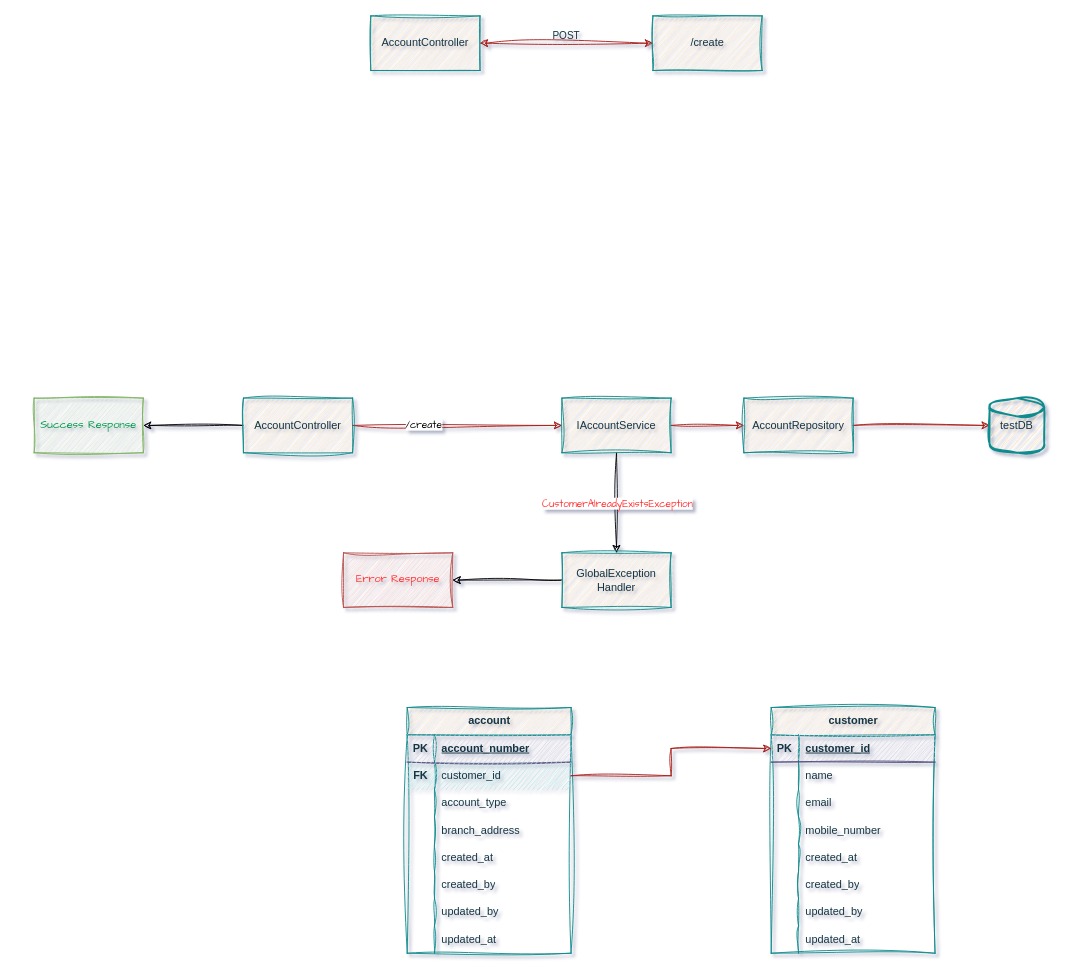
ccweerasinghe1994/MasterMicroserviceswithSpringBoot-Docker-Kubernetes keeps this draw.io diagram as docs/Untitled Diagram.drawio. Above is the earlier version. Source tidied: cells renumbered, new cells numbered last; positions are measured from the earlier drawing's top-left corner, leaving out a move shared by most shapes. Both pictures are drawn from the tidied source at 91%, with x=0, y=0 at pixel (34, 15).
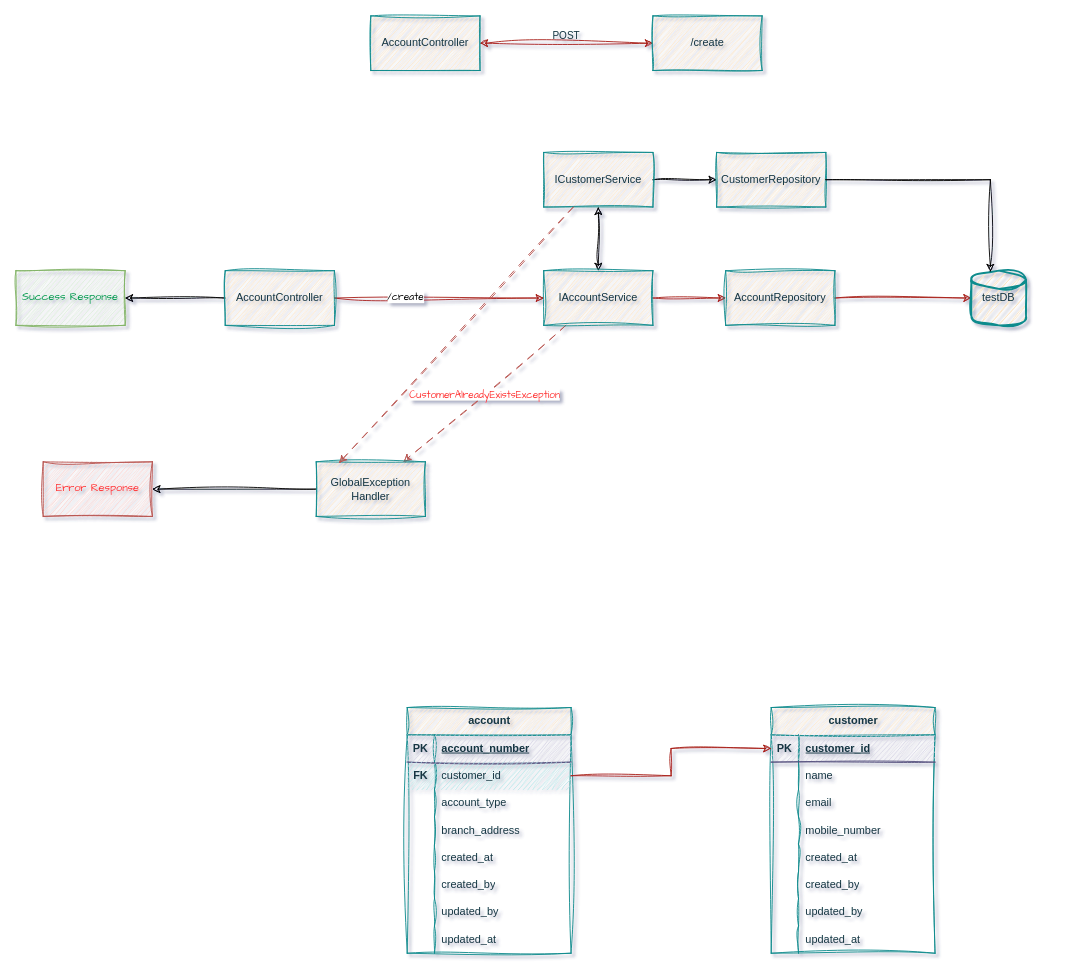
The same page after the edit.

The edit, as a diff of the source:
```diff
@@
     <mxCell id="9" value="AccountController" style="rounded=0;whiteSpace=wrap;html=1;fillColor=#FAE5C7;fontColor=#143642;strokeColor=#0F8B8D;sketch=1;curveFitting=1;jiggle=2;labelBackgroundColor=none;" parent="1" vertex="1">
-      <mxGeometry x="230" y="420" width="120" height="60" as="geometry" />
+      <mxGeometry x="210" y="280" width="120" height="60" as="geometry" />
     </mxCell>
@@
-    <mxCell id="11" style="edgeStyle=orthogonalEdgeStyle;rounded=0;sketch=1;hachureGap=4;jiggle=2;curveFitting=1;jettySize=auto;html=1;fontFamily=Architects Daughter;textShadow=1;labelBorderColor=none;fontStyle=0;" parent="1" edge="1" source="13" target="69">
+    <mxCell id="11" style="rounded=0;sketch=1;hachureGap=4;jiggle=2;curveFitting=1;jettySize=auto;html=1;fontFamily=Architects Daughter;textShadow=1;labelBorderColor=none;fontStyle=0;dashed=1;dashPattern=8 8;fillColor=#f8cecc;strokeColor=#b85450;" parent="1" edge="1" source="13" target="69">
       <mxGeometry relative="1" as="geometry" />
     </mxCell>
@@
+    <mxCell id="72" style="edgeStyle=orthogonalEdgeStyle;rounded=0;sketch=1;hachureGap=4;jiggle=2;curveFitting=1;jettySize=auto;html=1;fontFamily=Architects Daughter;startArrow=classic;startFill=1;" parent="1" edge="1" source="13" target="74">
+      <mxGeometry relative="1" as="geometry" />
+    </mxCell>
     <mxCell id="13" value="IAccountService" style="rounded=0;whiteSpace=wrap;html=1;fillColor=#FAE5C7;fontColor=#143642;strokeColor=#0F8B8D;sketch=1;curveFitting=1;jiggle=2;labelBackgroundColor=none;" parent="1" vertex="1">
-      <mxGeometry x="580" y="420" width="120" height="60" as="geometry" />
+      <mxGeometry x="560" y="280" width="120" height="60" as="geometry" />
     </mxCell>
@@
     <mxCell id="15" value="AccountRepository" style="rounded=0;whiteSpace=wrap;html=1;fillColor=#FAE5C7;fontColor=#143642;strokeColor=#0F8B8D;sketch=1;curveFitting=1;jiggle=2;labelBackgroundColor=none;" parent="1" vertex="1">
-      <mxGeometry x="780" y="420" width="120" height="60" as="geometry" />
+      <mxGeometry x="760" y="280" width="120" height="60" as="geometry" />
     </mxCell>
     <mxCell id="16" value="testDB" style="strokeWidth=2;html=1;shape=mxgraph.flowchart.database;whiteSpace=wrap;fillColor=#FAE5C7;fontColor=#143642;strokeColor=#0F8B8D;sketch=1;curveFitting=1;jiggle=2;labelBackgroundColor=none;" parent="1" vertex="1">
-      <mxGeometry x="1050" y="420" width="60" height="60" as="geometry" />
+      <mxGeometry x="1030" y="280" width="60" height="60" as="geometry" />
     </mxCell>
@@
     <mxCell id="69" value="GlobalException Handler" style="rounded=0;whiteSpace=wrap;html=1;fillColor=#FAE5C7;fontColor=#143642;strokeColor=#0F8B8D;sketch=1;curveFitting=1;jiggle=2;labelBackgroundColor=none;" parent="1" vertex="1">
-      <mxGeometry x="580" y="590" width="120" height="60" as="geometry" />
+      <mxGeometry x="310" y="490" width="120" height="60" as="geometry" />
     </mxCell>
     <mxCell id="70" value="Error Response" style="rounded=0;whiteSpace=wrap;html=1;sketch=1;hachureGap=4;jiggle=2;curveFitting=1;fontFamily=Architects Daughter;fillColor=#f8cecc;strokeColor=#b85450;fontColor=#FF3333;" parent="1" vertex="1">
-      <mxGeometry x="340" y="590" width="120" height="60" as="geometry" />
+      <mxGeometry x="10" y="490" width="120" height="60" as="geometry" />
     </mxCell>
     <mxCell id="71" value="Success Response" style="rounded=0;whiteSpace=wrap;html=1;sketch=1;hachureGap=4;jiggle=2;curveFitting=1;fontFamily=Architects Daughter;fillColor=#d5e8d4;strokeColor=#82b366;fontColor=#00994D;" parent="1" vertex="1">
-      <mxGeometry y="420" width="120" height="60" as="geometry" />
+      <mxGeometry x="-20" y="280" width="120" height="60" as="geometry" />
     </mxCell>
+    <mxCell id="73" style="edgeStyle=orthogonalEdgeStyle;rounded=0;sketch=1;hachureGap=4;jiggle=2;curveFitting=1;jettySize=auto;html=1;entryX=0;entryY=0.5;entryDx=0;entryDy=0;fontFamily=Architects Daughter;" parent="1" edge="1" source="74" target="75">
+      <mxGeometry relative="1" as="geometry" />
+    </mxCell>
+    <mxCell id="74" value="ICustomerService" style="rounded=0;whiteSpace=wrap;html=1;fillColor=#FAE5C7;fontColor=#143642;strokeColor=#0F8B8D;sketch=1;curveFitting=1;jiggle=2;labelBackgroundColor=none;" parent="1" vertex="1">
+      <mxGeometry x="560" y="150" width="120" height="60" as="geometry" />
+    </mxCell>
+    <mxCell id="75" value="CustomerRepository" style="rounded=0;whiteSpace=wrap;html=1;fillColor=#FAE5C7;fontColor=#143642;strokeColor=#0F8B8D;sketch=1;curveFitting=1;jiggle=2;labelBackgroundColor=none;" parent="1" vertex="1">
+      <mxGeometry x="750" y="150" width="120" height="60" as="geometry" />
+    </mxCell>
+    <mxCell id="76" style="edgeStyle=orthogonalEdgeStyle;rounded=0;sketch=1;hachureGap=4;jiggle=2;curveFitting=1;jettySize=auto;html=1;entryX=0.347;entryY=0.022;entryDx=0;entryDy=0;entryPerimeter=0;fontFamily=Architects Daughter;" parent="1" edge="1" source="75" target="16">
+      <mxGeometry relative="1" as="geometry" />
+    </mxCell>
+    <mxCell id="77" style="rounded=0;sketch=1;hachureGap=4;jiggle=2;curveFitting=1;jettySize=auto;html=1;entryX=0.208;entryY=0.022;entryDx=0;entryDy=0;entryPerimeter=0;fontFamily=Architects Daughter;dashed=1;dashPattern=8 8;fillColor=#f8cecc;strokeColor=#b85450;" parent="1" edge="1" source="74" target="69">
+      <mxGeometry relative="1" as="geometry" />
+    </mxCell>
```
